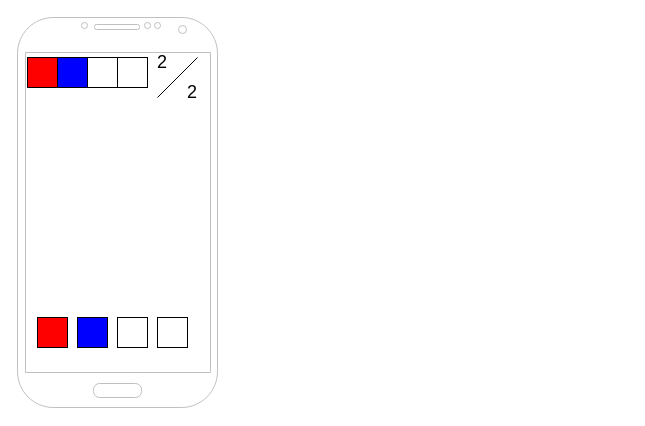
Earlier version of the draw.io diagram docs/work/wireframe (1).drawio (Jkelly97/codebreaker-android). Source tidied: cells renumbered, new cells numbered last; positions are measured from the earlier drawing's top-left corner, leaving out a move shared by most shapes. Both pictures are drawn from the tidied source at 100%, with x=0, y=0 at pixel (17, 17).
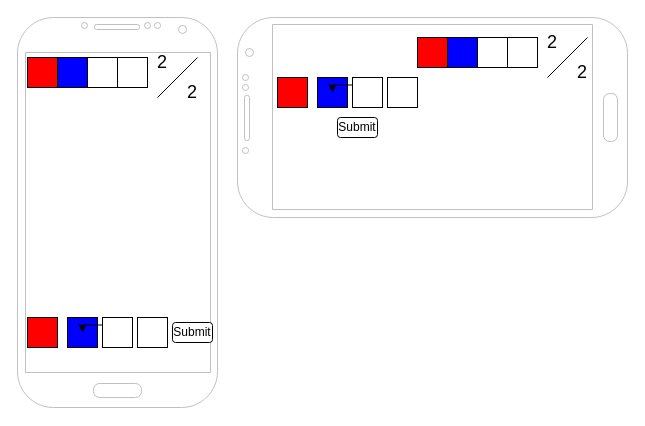
The same diagram, later.

Diff of the diagram source:
```diff
@@
     <mxCell id="3" style="rounded=0;whiteSpace=wrap;html=1;fillColor=#FF0000;" parent="1" vertex="1">
-      <mxGeometry x="20" y="300" width="30" height="30" as="geometry" />
+      <mxGeometry x="10" y="300" width="30" height="30" as="geometry" />
     </mxCell>
     <mxCell id="4" style="rounded=0;whiteSpace=wrap;html=1;fillColor=#0000FF;" parent="1" vertex="1">
-      <mxGeometry x="60" y="300" width="30" height="30" as="geometry" />
+      <mxGeometry x="50" y="300" width="30" height="30" as="geometry" />
     </mxCell>
+    <mxCell id="14" style="edgeStyle=orthogonalEdgeStyle;rounded=0;jettySize=auto;html=1;exitX=0;exitY=0.25;exitDx=0;exitDy=0;" parent="1" edge="1" source="5" target="4">
+      <mxGeometry relative="1" as="geometry" />
+    </mxCell>
     <mxCell id="5" style="rounded=0;whiteSpace=wrap;html=1;" parent="1" vertex="1">
-      <mxGeometry x="100" y="300" width="30" height="30" as="geometry" />
+      <mxGeometry x="85" y="300" width="30" height="30" as="geometry" />
     </mxCell>
     <mxCell id="6" style="rounded=0;whiteSpace=wrap;html=1;" parent="1" vertex="1">
-      <mxGeometry x="140" y="300" width="30" height="30" as="geometry" />
+      <mxGeometry x="120" y="300" width="30" height="30" as="geometry" />
     </mxCell>
@@
+    <mxCell id="15" value="Submit" style="rounded=1;whiteSpace=wrap;html=1;" parent="1" vertex="1">
+      <mxGeometry x="155" y="305" width="40" height="20" as="geometry" />
+    </mxCell>
+    <mxCell id="16" style="verticalLabelPosition=bottom;verticalAlign=top;html=1;shadow=0;dashed=0;strokeWidth=1;shape=mxgraph.android.phone2;strokeColor=#c0c0c0;direction=north;" parent="1" vertex="1">
+      <mxGeometry x="220" width="390" height="200" as="geometry" />
+    </mxCell>
+    <mxCell id="17" style="rounded=0;whiteSpace=wrap;html=1;fillColor=#FF0000;" parent="1" vertex="1">
+      <mxGeometry x="400" y="20" width="30" height="30" as="geometry" />
+    </mxCell>
+    <mxCell id="18" style="rounded=0;whiteSpace=wrap;html=1;fillColor=#0000FF;" parent="1" vertex="1">
+      <mxGeometry x="430" y="20" width="30" height="30" as="geometry" />
+    </mxCell>
+    <mxCell id="19" style="rounded=0;whiteSpace=wrap;html=1;" parent="1" vertex="1">
+      <mxGeometry x="460" y="20" width="30" height="30" as="geometry" />
+    </mxCell>
+    <mxCell id="20" style="endArrow=none;html=1;" parent="1" edge="1">
+      <mxGeometry relative="1" as="geometry">
+        <mxPoint x="530" y="60" as="sourcePoint" />
+        <mxPoint x="570" y="20" as="targetPoint" />
+      </mxGeometry>
+    </mxCell>
+    <mxCell id="21" value="2" style="text;html=1;strokeColor=none;fillColor=none;align=center;verticalAlign=middle;whiteSpace=wrap;rounded=0;fontSize=18;" parent="1" vertex="1">
+      <mxGeometry x="540" y="40" width="50" height="30" as="geometry" />
+    </mxCell>
+    <mxCell id="22" style="rounded=0;whiteSpace=wrap;html=1;" parent="1" vertex="1">
+      <mxGeometry x="490" y="20" width="30" height="30" as="geometry" />
+    </mxCell>
+    <mxCell id="23" value="2" style="text;html=1;strokeColor=none;fillColor=none;align=center;verticalAlign=middle;whiteSpace=wrap;rounded=0;fontSize=18;" parent="1" vertex="1">
+      <mxGeometry x="510" y="10" width="50" height="30" as="geometry" />
+    </mxCell>
+    <mxCell id="24" style="rounded=0;whiteSpace=wrap;html=1;fillColor=#FF0000;" parent="1" vertex="1">
+      <mxGeometry x="260" y="60" width="30" height="30" as="geometry" />
+    </mxCell>
+    <mxCell id="25" style="rounded=0;whiteSpace=wrap;html=1;fillColor=#0000FF;" parent="1" vertex="1">
+      <mxGeometry x="300" y="60" width="30" height="30" as="geometry" />
+    </mxCell>
+    <mxCell id="26" style="edgeStyle=orthogonalEdgeStyle;rounded=0;jettySize=auto;html=1;exitX=0;exitY=0.25;exitDx=0;exitDy=0;" parent="1" edge="1" source="27" target="25">
+      <mxGeometry relative="1" as="geometry" />
+    </mxCell>
+    <mxCell id="27" style="rounded=0;whiteSpace=wrap;html=1;" parent="1" vertex="1">
+      <mxGeometry x="335" y="60" width="30" height="30" as="geometry" />
+    </mxCell>
+    <mxCell id="28" style="rounded=0;whiteSpace=wrap;html=1;" parent="1" vertex="1">
+      <mxGeometry x="370" y="60" width="30" height="30" as="geometry" />
+    </mxCell>
+    <mxCell id="29" value="Submit" style="rounded=1;whiteSpace=wrap;html=1;" parent="1" vertex="1">
+      <mxGeometry x="320" y="100" width="40" height="20" as="geometry" />
+    </mxCell>
```
